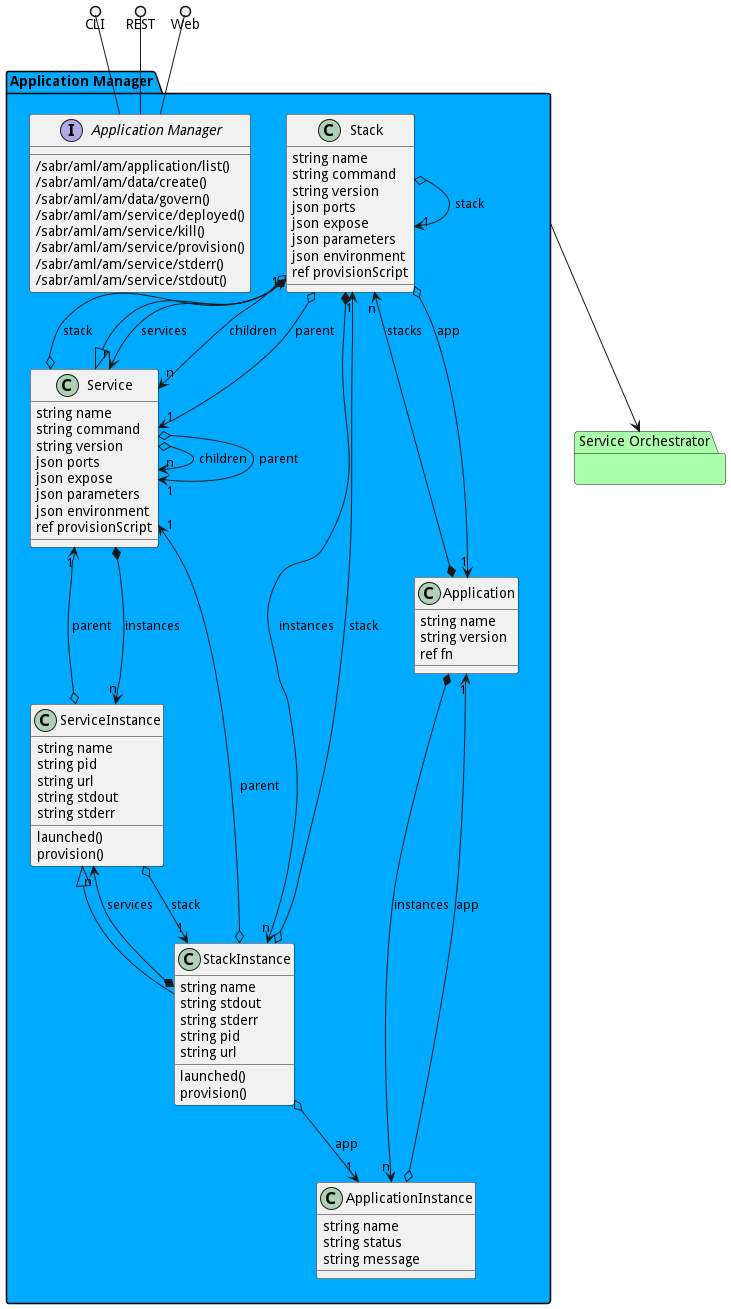
Earlier version of the PlantUML export docs/sabr/aml/am/logical.png (madajaju/sabr). Source of this version:
```plantuml
@startuml


package "Service Orchestrator" #aaffaa {
    }

package "Application Manager" #00aaff {

        class Stack {
        }

        class ApplicationInstance {
        }

        class Application {
        }

        class Service {
        }

        class ServiceInstance {
        }

        class StackInstance {
        }
    }


package "Application Manager" #00aaff {

    interface "Application Manager" as i {
            /sabr/aml/am/application/list()
            /sabr/aml/am/data/create()
            /sabr/aml/am/data/govern()
            /sabr/aml/am/service/deployed()
            /sabr/aml/am/service/kill()
            /sabr/aml/am/service/provision()
            /sabr/aml/am/service/stderr()
            /sabr/aml/am/service/stdout()

    }
}

CLI ()-- i
REST ()-- i
Web ()-- i

package "Application Manager" #00aaff {
        class "Application" {
                 string name
                 string version
                 ref fn
                    }
                Application *--> "n" Stack : stacks
                        Application *--> "n" ApplicationInstance : instances


    class "ApplicationInstance" {
                 string name
                 string status
                 string message
                    }
                ApplicationInstance o--> "1" Application : app


    class "Service" {
                 string name
                 string command
                 string version
                 json ports
                 json expose
                 json parameters
                 json environment
                 ref provisionScript
                    }
                Service o--> "1" Stack : stack
                        Service o--> "n" Service : children
                        Service o--> "1" Service : parent
                        Service *--> "n" ServiceInstance : instances


    class "ServiceInstance" {
                 string name
                 string pid
                 string url
                 string stdout
                 string stderr
                             launched()
                     provision()
            }
                ServiceInstance o--> "1" Service : parent
                        ServiceInstance o--> "1" StackInstance : stack


    class "Stack" {
                 string name
                 string command
                 string version
                 json ports
                 json expose
                 json parameters
                 json environment
                 ref provisionScript
                    }
                Stack *--> "n" Service : services
                        Stack *--> "n" StackInstance : instances
                        Stack o--> "1" Application : app
                        Stack o--> "1" Stack : stack
                        Stack o--> "n" Service : children
                        Stack o--> "1" Service : parent


        Service <|-- Stack

    class "StackInstance" {
                 string name
                 string stdout
                 string stderr
                 string pid
                 string url
                             launched()
                     provision()
            }
                StackInstance o--> "1" ApplicationInstance : app
                        StackInstance o--> "1" Stack : stack
                        StackInstance *--> "n" ServiceInstance : services
                        StackInstance o--> "1" Service : parent


        ServiceInstance <|-- StackInstance


}


    "Application Manager" --> "Service Orchestrator"


@enduml
```
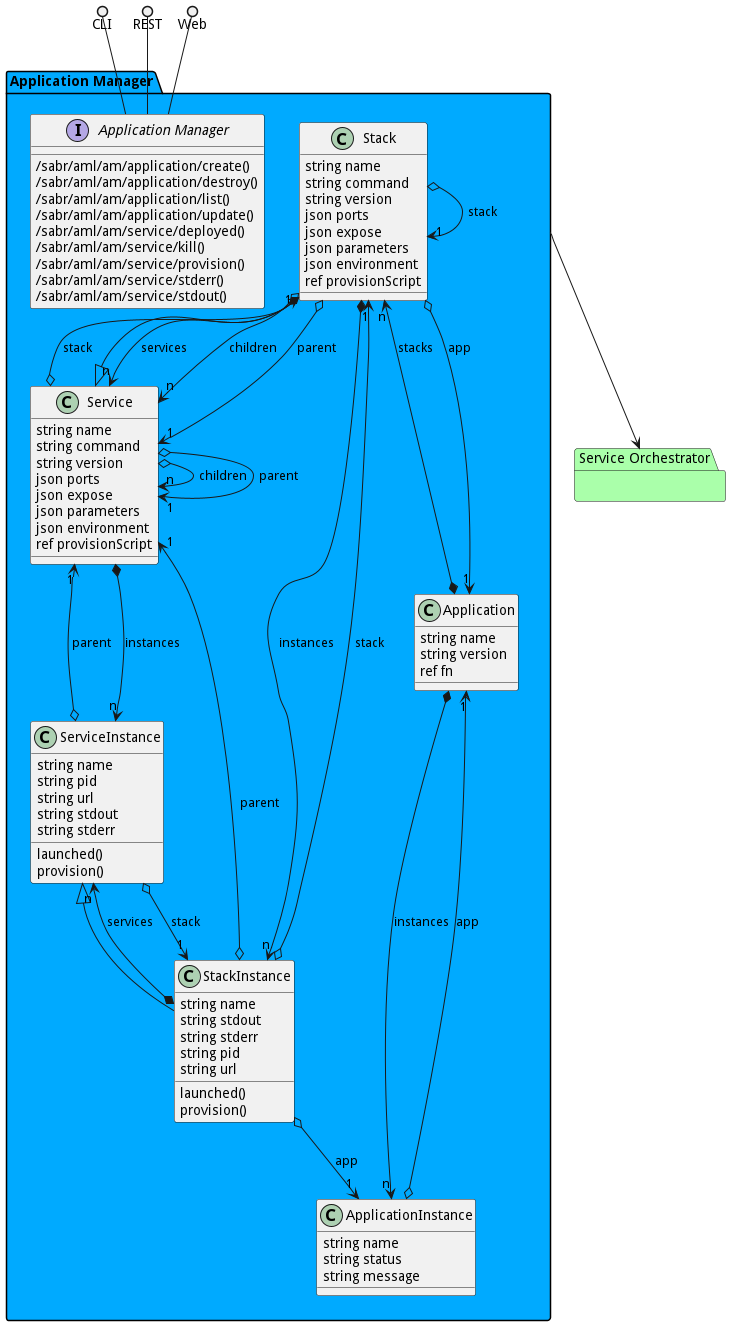
The same diagram one commit later.

Change to the diagram source:
```diff
@@ -29,9 +29,10 @@
 package "Application Manager" #00aaff {
 
     interface "Application Manager" as i {
+            /sabr/aml/am/application/create()
+            /sabr/aml/am/application/destroy()
             /sabr/aml/am/application/list()
-            /sabr/aml/am/data/create()
-            /sabr/aml/am/data/govern()
+            /sabr/aml/am/application/update()
             /sabr/aml/am/service/deployed()
             /sabr/aml/am/service/kill()
             /sabr/aml/am/service/provision()
```
